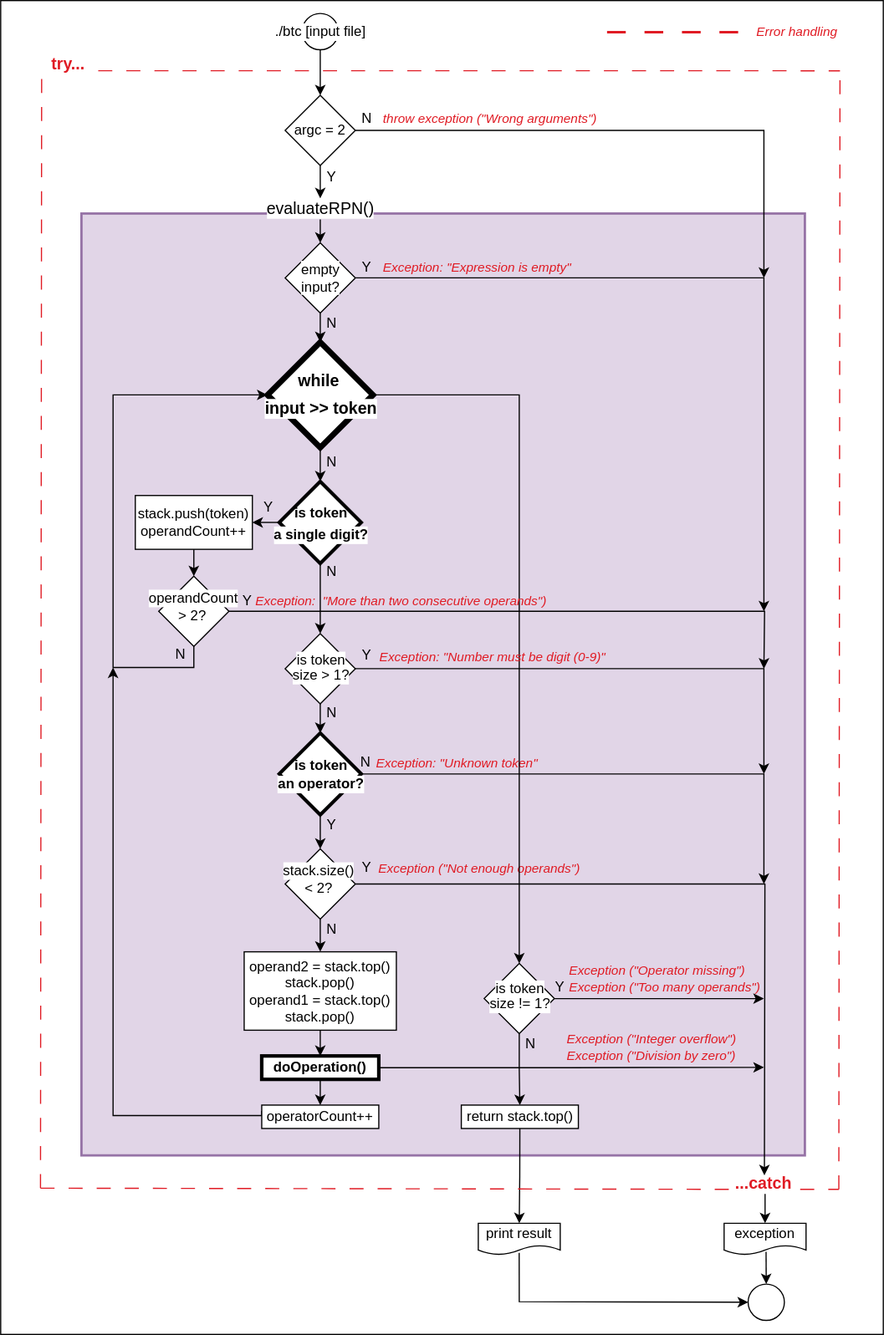
ccg-v/cpp_modules keeps this draw.io diagram as cpp_09/ex01/assets/RPN.svg. Above is the earlier version. Source tidied: cells renumbered, new cells last; positions are measured from the earlier drawing's top-left corner, leaving out a move shared by most shapes.
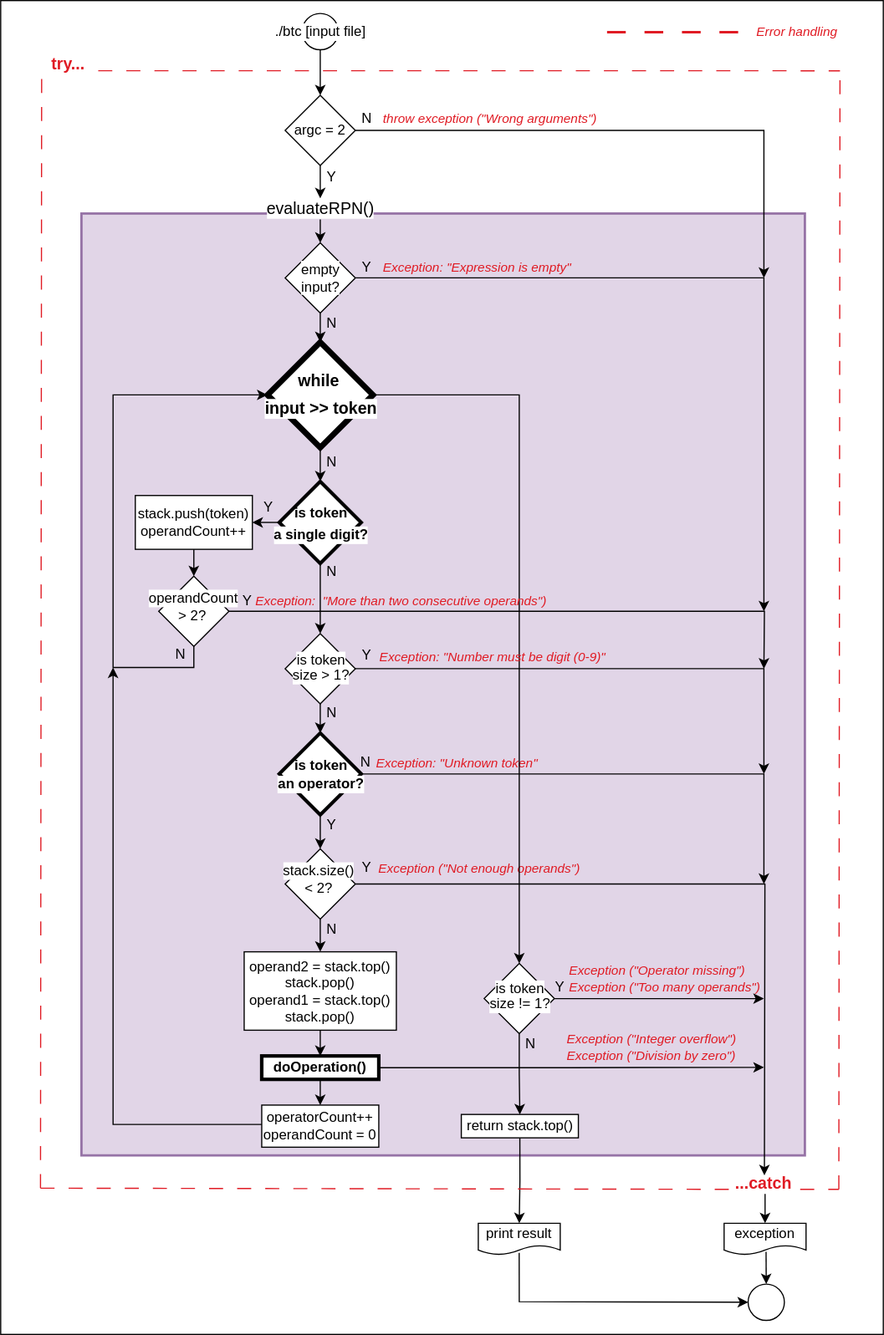
Above is the later version.

Commit message:
Flow chart modified

Change to the diagram source:
```diff
@@ -206,7 +206,7 @@
       <mxGeometry relative="1" as="geometry" />
     </mxCell>
     <mxCell id="61" value="return stack.top()" style="rounded=0;whiteSpace=wrap;html=1;align=center;verticalAlign=middle;spacingLeft=0;spacing=2;fontFamily=Helvetica;fontSize=12;fontStyle=0;labelBackgroundColor=default;fillStyle=solid;" parent="9" vertex="1">
-      <mxGeometry x="393.5" y="944" width="100" height="20" as="geometry" />
+      <mxGeometry x="393.5" y="952" width="100" height="20" as="geometry" />
     </mxCell>
     <mxCell id="62" style="endArrow=classic;html=1;rounded=0;exitX=0.499;exitY=0.939;exitDx=0;exitDy=0;entryX=0;entryY=0.5;entryDx=0;entryDy=0;exitPerimeter=0;" parent="9" edge="1" source="25">
       <mxGeometry relative="1" as="geometry">
@@ -334,18 +334,16 @@
     <mxCell id="94" value="doOperation()" style="rounded=0;whiteSpace=wrap;html=1;align=center;verticalAlign=middle;spacingLeft=0;spacing=2;fontFamily=Helvetica;fontSize=12;fontStyle=1;labelBackgroundColor=default;fillStyle=solid;strokeWidth=3;" parent="75" vertex="1">
       <mxGeometry x="223" y="902" width="100" height="20" as="geometry" />
     </mxCell>
-    <mxCell id="95" style="edgeStyle=orthogonalEdgeStyle;rounded=0;jettySize=auto;html=1;exitX=0;exitY=0.25;exitDx=0;exitDy=0;" parent="75" edge="1" source="96">
+    <mxCell id="95" style="edgeStyle=orthogonalEdgeStyle;rounded=0;jettySize=auto;html=1;exitX=0.001;exitY=0.459;exitDx=0;exitDy=0;exitPerimeter=0;" parent="75" edge="1" source="96">
       <mxGeometry relative="1" as="geometry">
         <mxPoint x="96" y="570" as="targetPoint" />
         <Array as="points">
-          <mxPoint x="223" y="953" />
-          <mxPoint x="96" y="953" />
-          <mxPoint x="96" y="698" />
+          <mxPoint x="96" y="961" />
         </Array>
       </mxGeometry>
     </mxCell>
-    <mxCell id="96" value="operatorCount++" style="rounded=0;whiteSpace=wrap;html=1;align=center;verticalAlign=middle;spacingLeft=0;spacing=2;fontFamily=Helvetica;fontSize=12;fontStyle=0;labelBackgroundColor=default;fillStyle=solid;" parent="75" vertex="1">
-      <mxGeometry x="223" y="944" width="100" height="20" as="geometry" />
+    <mxCell id="96" value="operatorCount++&lt;br&gt;operandCount = 0" style="rounded=0;whiteSpace=wrap;html=1;align=center;verticalAlign=middle;spacingLeft=0;spacing=2;fontFamily=Helvetica;fontSize=12;fontStyle=0;labelBackgroundColor=default;fillStyle=solid;" parent="75" vertex="1">
+      <mxGeometry x="223" y="944" width="100" height="36" as="geometry" />
     </mxCell>
     <mxCell id="97" style="edgeStyle=orthogonalEdgeStyle;rounded=0;jettySize=auto;html=1;exitX=0.5;exitY=1;exitDx=0;exitDy=0;" parent="75" edge="1" source="55" target="54">
       <mxGeometry relative="1" as="geometry" />
```
